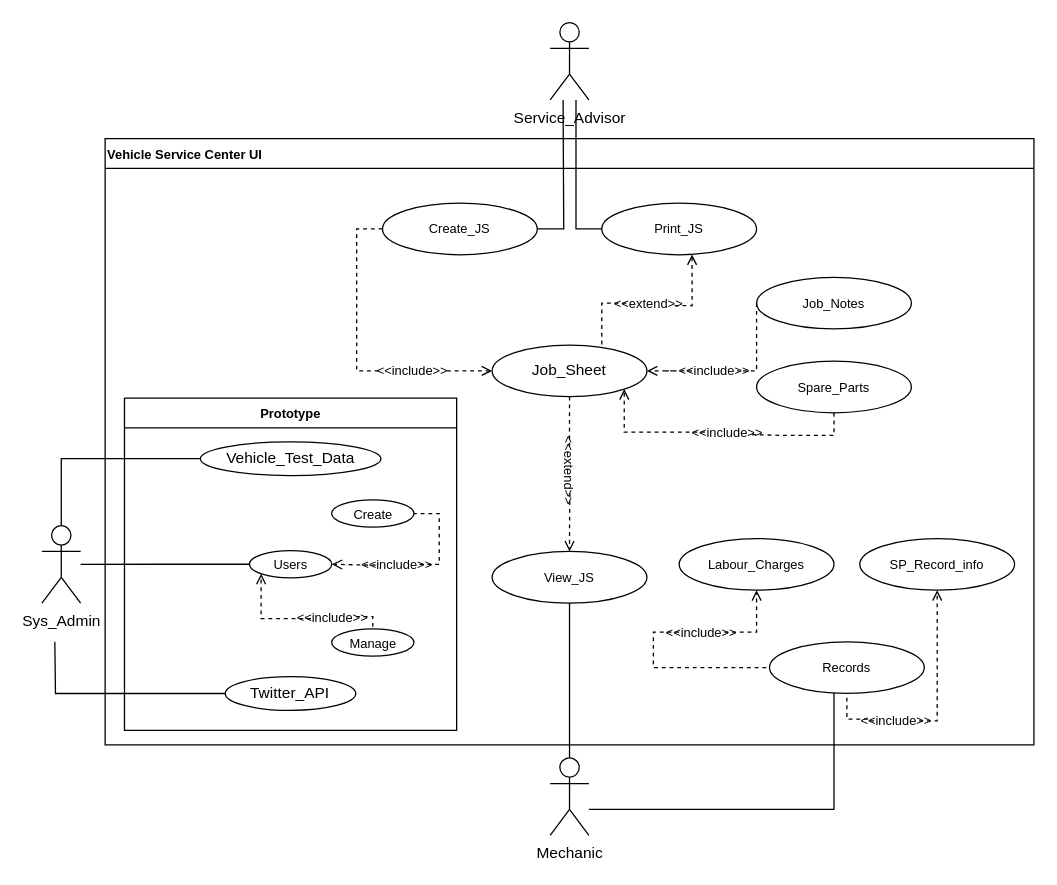
S2101755/Boats keeps this draw.io diagram as VSC_Use-Case_Diagram.drawio. Above is the earlier version. Source tidied: cells renumbered, new cells numbered last; positions are measured from the earlier drawing's top-left corner, leaving out a move shared by most shapes. Both pictures are drawn from the tidied source at 129%, with x=0, y=0 at pixel (41, 22).
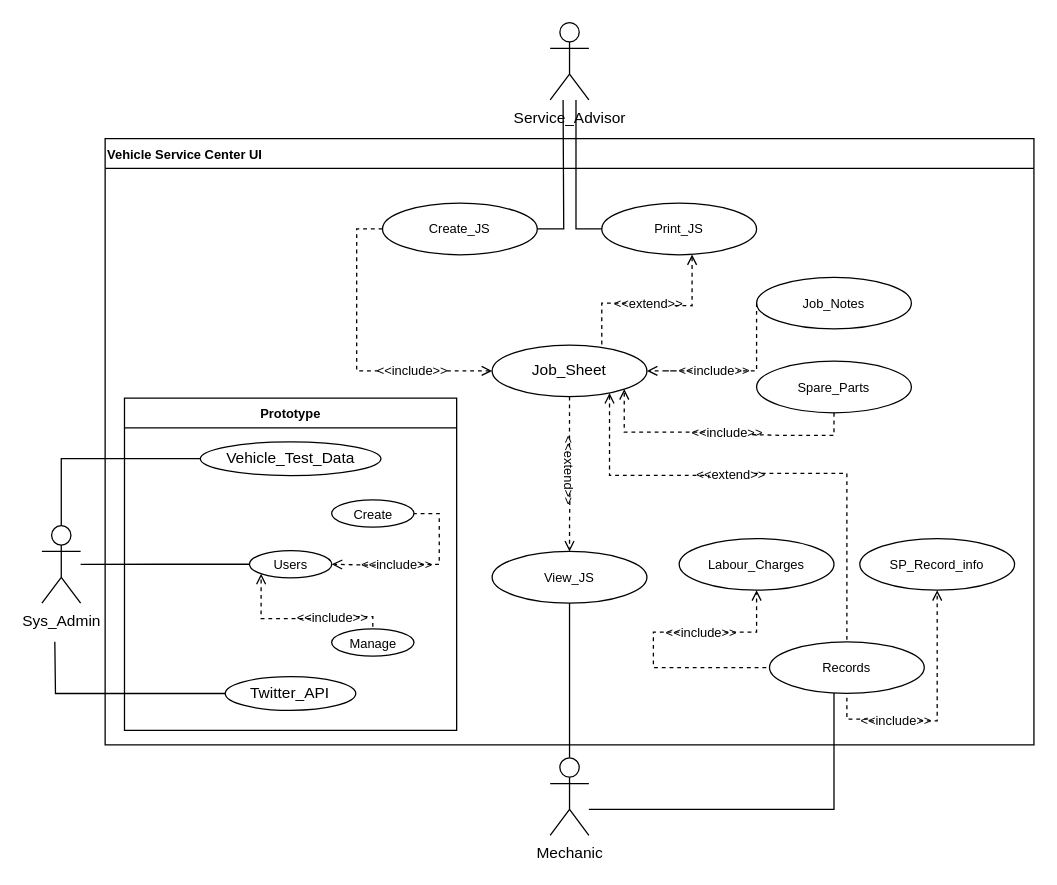
The same diagram, later.

Unchanged cells that the change refers to:
```xml
<mxCell id="3" value="Vehicle Service Center UI" style="swimlane;whiteSpace=wrap;html=1;align=left;fontSize=10;" parent="1" vertex="1">
  <mxGeometry x="49" y="90" width="720" height="470" as="geometry" />
</mxCell>
<mxCell id="9" value="Job_Sheet" style="ellipse;whiteSpace=wrap;html=1;" parent="3" vertex="1">
  <mxGeometry x="300" y="160" width="120" height="40" as="geometry" />
</mxCell>
<mxCell id="24" value="Records" style="ellipse;whiteSpace=wrap;html=1;fontSize=10;" parent="3" vertex="1">
  <mxGeometry x="515" y="390" width="120" height="40" as="geometry" />
</mxCell>
```

Change to the diagram source:
```diff
@@
+    <mxCell id="55" style="edgeStyle=orthogonalEdgeStyle;rounded=0;jettySize=auto;html=1;entryX=0.5;entryY=0;entryDx=0;entryDy=0;fontSize=12;startArrow=none;startFill=0;endArrow=none;endFill=0;dashed=1;" parent="3" edge="1" source="56" target="24">
+      <mxGeometry relative="1" as="geometry">
+        <Array as="points">
+          <mxPoint x="575" y="260" />
+        </Array>
+      </mxGeometry>
+    </mxCell>
@@
+    <mxCell id="56" value="&amp;lt;&amp;lt;extend&amp;gt;&amp;gt;" style="text;html=1;strokeColor=none;fillColor=none;align=center;verticalAlign=middle;whiteSpace=wrap;rounded=0;labelBorderColor=none;fontSize=10;" parent="3" vertex="1">
+      <mxGeometry x="468" y="252" width="35" height="15" as="geometry" />
+    </mxCell>
+    <mxCell id="57" style="edgeStyle=orthogonalEdgeStyle;rounded=0;jettySize=auto;html=1;entryX=0;entryY=0.75;entryDx=0;entryDy=0;fontSize=12;startArrow=open;startFill=0;endArrow=none;endFill=0;dashed=1;" parent="3" edge="1" source="9" target="56">
+      <mxGeometry relative="1" as="geometry">
+        <Array as="points">
+          <mxPoint x="391" y="261" />
+        </Array>
+      </mxGeometry>
+    </mxCell>
```
